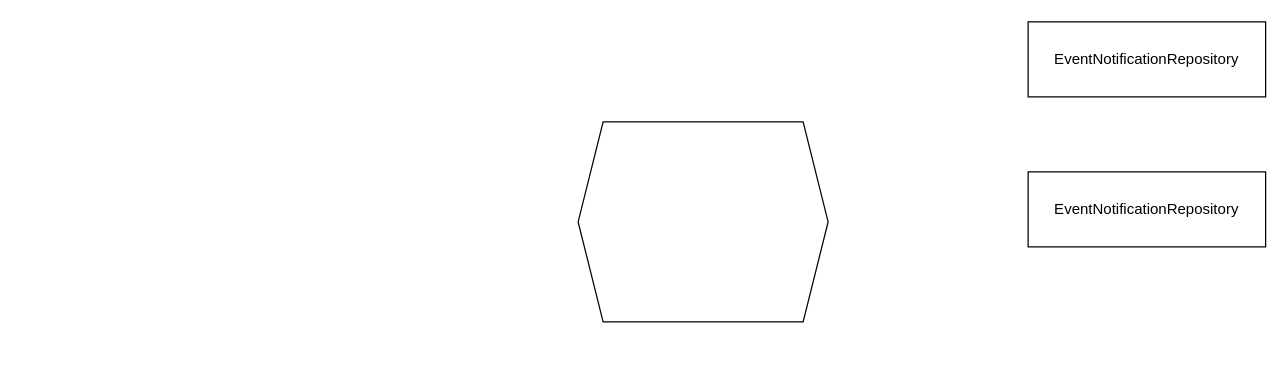
Before: page "Hexagonal architecture" (3 of 3) of notifications-api-v2.drawio in dalejandroba/hello-world, a draw.io diagram. Source tidied: cells renumbered, new cells numbered last; positions are measured from the earlier drawing's top-left corner, leaving out a move shared by most shapes. Both pictures are drawn from the tidied source at 125%, with x=0, y=0 at pixel (578, 21).
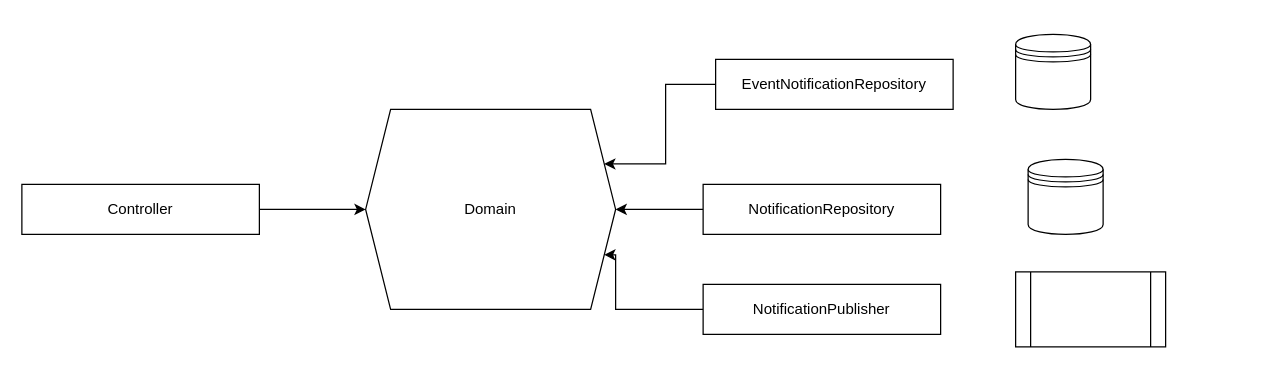
The same diagram, later.

What changed in the source:
```diff
@@
 <mxGraphModel>
   <root>
     <mxCell id="0" />
     <mxCell id="1" parent="0" />
-    <mxCell id="2" style="shape=hexagon;perimeter=hexagonPerimeter2;whiteSpace=wrap;html=1;fixedSize=1;" parent="1" vertex="1">
-      <mxGeometry y="80" width="200" height="160" as="geometry" />
+    <mxCell id="2" value="Domain" style="shape=hexagon;perimeter=hexagonPerimeter2;whiteSpace=wrap;html=1;fixedSize=1;" parent="1" vertex="1">
+      <mxGeometry x="-170" y="70" width="200" height="160" as="geometry" />
     </mxCell>
+    <mxCell id="5" style="edgeStyle=orthogonalEdgeStyle;rounded=0;jettySize=auto;html=1;entryX=1;entryY=0.25;entryDx=0;entryDy=0;" parent="1" edge="1" source="3" target="2">
+      <mxGeometry relative="1" as="geometry" />
+    </mxCell>
     <mxCell id="3" value="EventNotificationRepository" style="rounded=0;whiteSpace=wrap;html=1;" parent="1" vertex="1">
-      <mxGeometry x="360" width="190" height="60" as="geometry" />
+      <mxGeometry x="110" y="30" width="190" height="40" as="geometry" />
     </mxCell>
+    <mxCell id="6" style="edgeStyle=orthogonalEdgeStyle;rounded=0;jettySize=auto;html=1;entryX=1;entryY=0.5;entryDx=0;entryDy=0;" parent="1" edge="1" source="4" target="2">
+      <mxGeometry relative="1" as="geometry" />
+    </mxCell>
-    <mxCell id="4" value="EventNotificationRepository" style="rounded=0;whiteSpace=wrap;html=1;" parent="1" vertex="1">
-      <mxGeometry x="360" y="120" width="190" height="60" as="geometry" />
+    <mxCell id="4" value="&lt;div&gt;&lt;span style=&quot;background-color: transparent; color: light-dark(rgb(0, 0, 0), rgb(255, 255, 255));&quot;&gt;NotificationRepository&lt;/span&gt;&lt;/div&gt;" style="rounded=0;whiteSpace=wrap;html=1;" parent="1" vertex="1">
+      <mxGeometry x="100" y="130" width="190" height="40" as="geometry" />
     </mxCell>
+    <mxCell id="7" style="edgeStyle=orthogonalEdgeStyle;rounded=0;jettySize=auto;html=1;entryX=1;entryY=0.75;entryDx=0;entryDy=0;" parent="1" edge="1" source="8" target="2">
+      <mxGeometry relative="1" as="geometry">
+        <Array as="points">
+          <mxPoint x="30" y="230" />
+          <mxPoint x="30" y="186" />
+        </Array>
+      </mxGeometry>
+    </mxCell>
+    <mxCell id="8" value="&lt;div&gt;&lt;span style=&quot;background-color: transparent; color: light-dark(rgb(0, 0, 0), rgb(255, 255, 255));&quot;&gt;NotificationPublisher&lt;/span&gt;&lt;/div&gt;" style="rounded=0;whiteSpace=wrap;html=1;" parent="1" vertex="1">
+      <mxGeometry x="100" y="210" width="190" height="40" as="geometry" />
+    </mxCell>
+    <mxCell id="9" style="shape=datastore;whiteSpace=wrap;html=1;" parent="1" vertex="1">
+      <mxGeometry x="350" y="10" width="60" height="60" as="geometry" />
+    </mxCell>
+    <mxCell id="10" style="shape=datastore;whiteSpace=wrap;html=1;" parent="1" vertex="1">
+      <mxGeometry x="360" y="110" width="60" height="60" as="geometry" />
+    </mxCell>
+    <mxCell id="11" style="shape=process;whiteSpace=wrap;html=1;backgroundOutline=1;" parent="1" vertex="1">
+      <mxGeometry x="350" y="200" width="120" height="60" as="geometry" />
+    </mxCell>
+    <mxCell id="12" style="edgeStyle=orthogonalEdgeStyle;rounded=0;jettySize=auto;html=1;entryX=0;entryY=0.5;entryDx=0;entryDy=0;" parent="1" edge="1" source="13" target="2">
+      <mxGeometry relative="1" as="geometry" />
+    </mxCell>
+    <mxCell id="13" value="&lt;div&gt;&lt;span style=&quot;background-color: transparent; color: light-dark(rgb(0, 0, 0), rgb(255, 255, 255));&quot;&gt;Controller&lt;/span&gt;&lt;/div&gt;" style="rounded=0;whiteSpace=wrap;html=1;" parent="1" vertex="1">
+      <mxGeometry x="-445" y="130" width="190" height="40" as="geometry" />
+    </mxCell>
   </root>
 </mxGraphModel>
```
